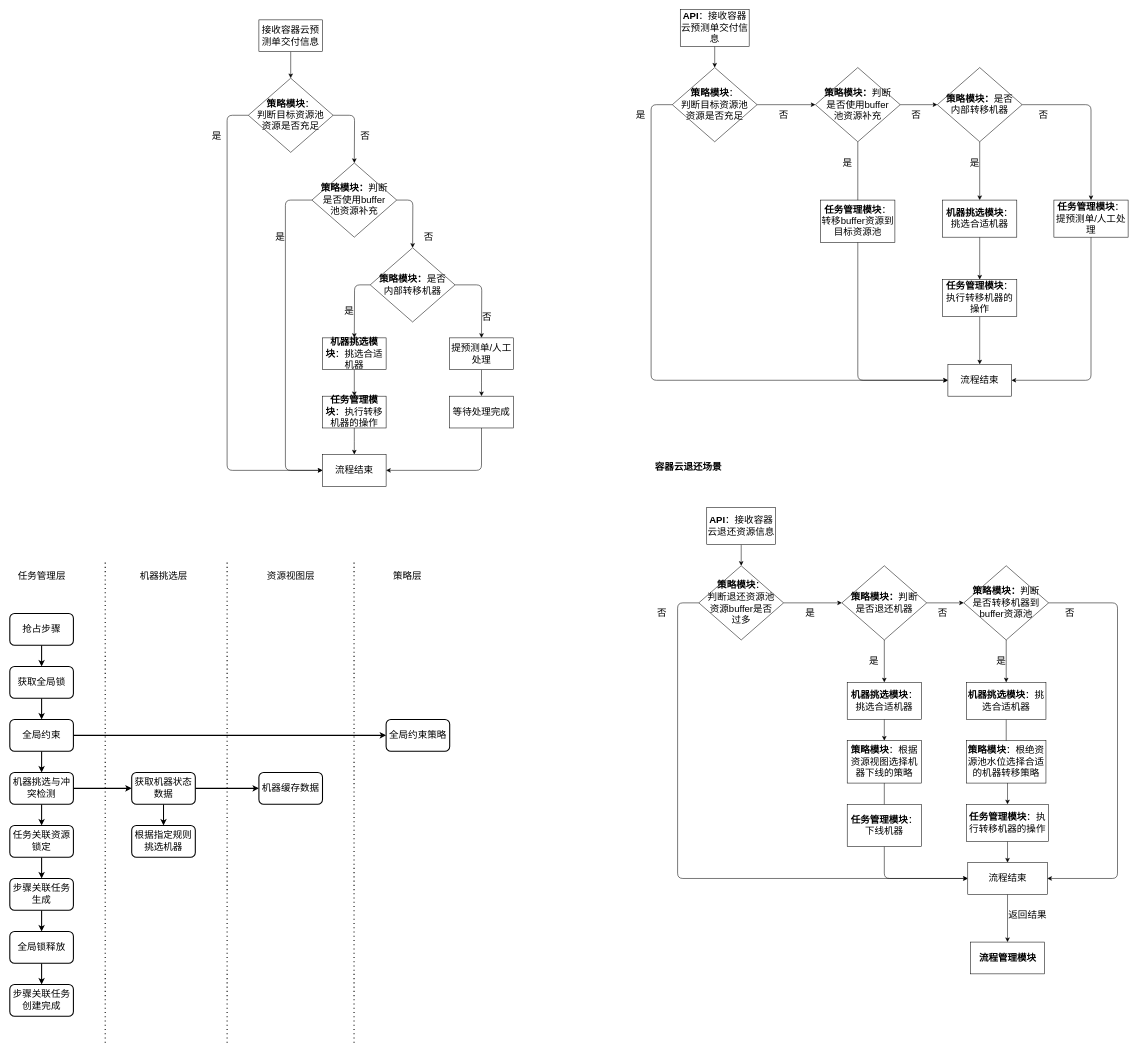
Earlier version of the draw.io diagram page "资源决策模块" (3 of 4) of draw/elastic-resource.drawio (gosoon/gitbook). Source tidied: cells renumbered, new cells numbered last; positions are measured from the earlier drawing's top-left corner, leaving out a move shared by most shapes. Both pictures are drawn from the tidied source at 53%, with x=0, y=0 at pixel (10, 9).
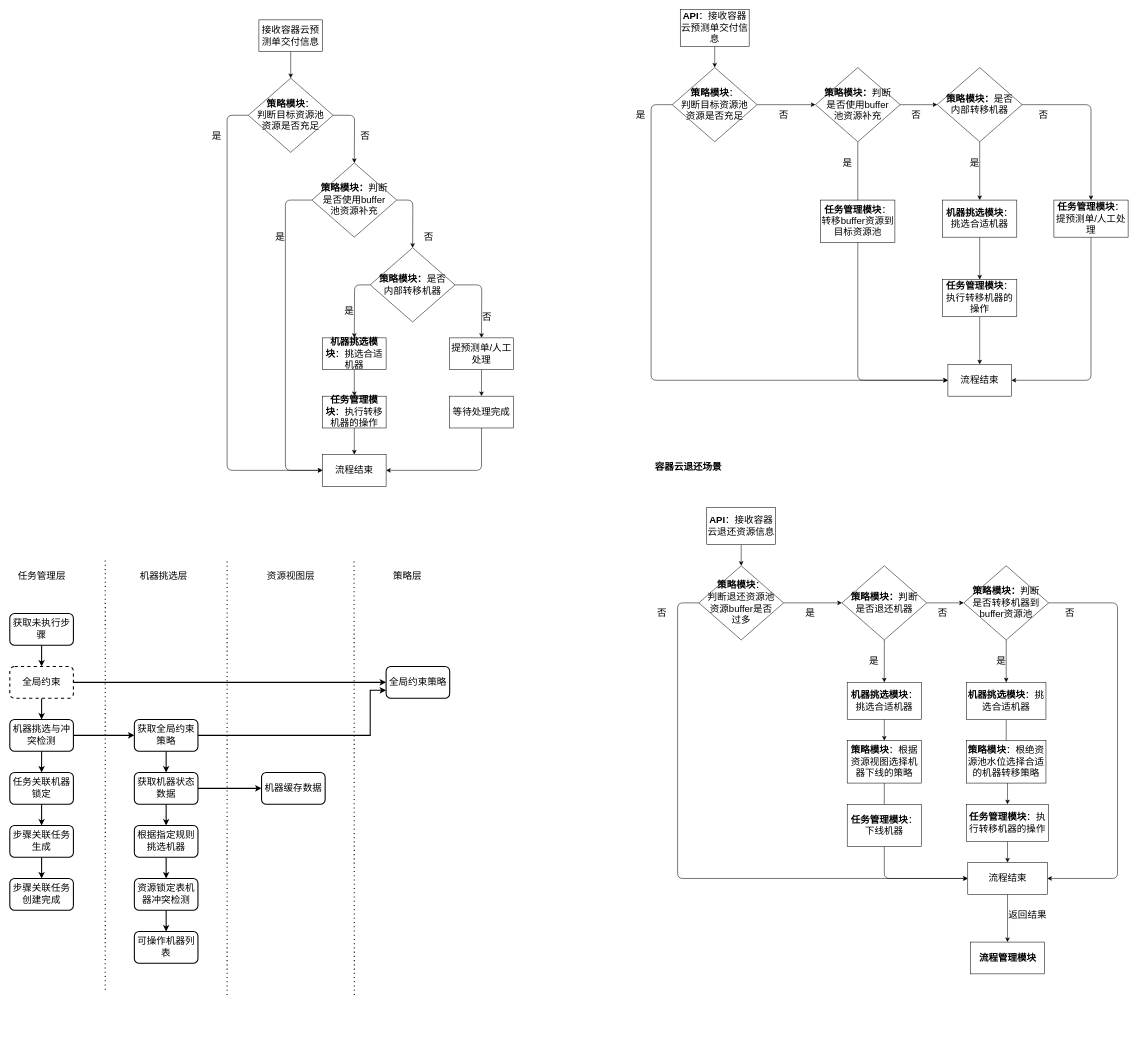
The same diagram, later.

Diff of the diagram source:
```diff
@@
-    <mxCell id="85" style="edgeStyle=orthogonalEdgeStyle;rounded=0;jettySize=auto;html=1;entryX=0.5;entryY=0;entryDx=0;entryDy=0;strokeWidth=2;" parent="1" edge="1" source="86" target="88">
-      <mxGeometry relative="1" as="geometry" />
+    <mxCell id="85" style="edgeStyle=orthogonalEdgeStyle;rounded=0;jettySize=auto;html=1;entryX=0.5;entryY=0;entryDx=0;entryDy=0;strokeWidth=2;" parent="1" edge="1" source="86">
+      <mxGeometry relative="1" as="geometry">
+        <mxPoint x="60" y="1240" as="targetPoint" />
+      </mxGeometry>
     </mxCell>
-    <mxCell id="86" value="&lt;font style=&quot;font-size: 18px;&quot;&gt;抢占步骤&lt;/font&gt;" style="rounded=1;whiteSpace=wrap;html=1;strokeWidth=2;" parent="1" vertex="1">
+    <mxCell id="86" value="&lt;font style=&quot;font-size: 18px;&quot;&gt;获取未执行步骤&lt;/font&gt;" style="rounded=1;whiteSpace=wrap;html=1;strokeWidth=2;" parent="1" vertex="1">
       <mxGeometry y="1140" width="120" height="60" as="geometry" />
     </mxCell>
-    <mxCell id="87" style="edgeStyle=orthogonalEdgeStyle;rounded=0;jettySize=auto;html=1;entryX=0.5;entryY=0;entryDx=0;entryDy=0;strokeWidth=2;" parent="1" edge="1" source="88" target="104">
-      <mxGeometry relative="1" as="geometry" />
-    </mxCell>
-    <mxCell id="88" value="&lt;font style=&quot;font-size: 18px;&quot;&gt;获取全局锁&lt;/font&gt;" style="rounded=1;whiteSpace=wrap;html=1;strokeWidth=2;" parent="1" vertex="1">
-      <mxGeometry y="1240" width="120" height="60" as="geometry" />
-    </mxCell>
@@
-    <mxCell id="90" style="edgeStyle=orthogonalEdgeStyle;rounded=0;jettySize=auto;html=1;strokeWidth=2;entryX=0;entryY=0.5;entryDx=0;entryDy=0;" parent="1" edge="1" source="91" target="109">
+    <mxCell id="90" style="edgeStyle=orthogonalEdgeStyle;rounded=0;jettySize=auto;html=1;strokeWidth=2;entryX=0;entryY=0.5;entryDx=0;entryDy=0;" parent="1" edge="1" source="91" target="118">
       <mxGeometry relative="1" as="geometry" />
     </mxCell>
     <mxCell id="91" value="&lt;font style=&quot;font-size: 18px;&quot;&gt;机器挑选与冲突检测&lt;/font&gt;" style="rounded=1;whiteSpace=wrap;html=1;strokeWidth=2;" parent="1" vertex="1">
-      <mxGeometry y="1440" width="120" height="60" as="geometry" />
+      <mxGeometry y="1340" width="120" height="60" as="geometry" />
     </mxCell>
@@
-    <mxCell id="93" value="&lt;font style=&quot;font-size: 18px;&quot;&gt;任务关联资源锁定&lt;/font&gt;" style="rounded=1;whiteSpace=wrap;html=1;strokeWidth=2;" parent="1" vertex="1">
-      <mxGeometry y="1540" width="120" height="60" as="geometry" />
+    <mxCell id="93" value="&lt;font style=&quot;font-size: 18px;&quot;&gt;任务关联机器锁定&lt;/font&gt;" style="rounded=1;whiteSpace=wrap;html=1;strokeWidth=2;" parent="1" vertex="1">
+      <mxGeometry y="1440" width="120" height="60" as="geometry" />
     </mxCell>
-    <mxCell id="94" style="edgeStyle=orthogonalEdgeStyle;rounded=0;jettySize=auto;html=1;entryX=0.5;entryY=0;entryDx=0;entryDy=0;strokeWidth=2;" parent="1" edge="1" source="95" target="97">
-      <mxGeometry relative="1" as="geometry" />
+    <mxCell id="94" style="edgeStyle=orthogonalEdgeStyle;rounded=0;jettySize=auto;html=1;entryX=0.5;entryY=0;entryDx=0;entryDy=0;strokeWidth=2;" parent="1" edge="1" source="95">
+      <mxGeometry relative="1" as="geometry">
+        <mxPoint x="60" y="1640" as="targetPoint" />
+      </mxGeometry>
     </mxCell>
     <mxCell id="95" value="&lt;font style=&quot;font-size: 18px;&quot;&gt;步骤关联任务生成&lt;/font&gt;" style="rounded=1;whiteSpace=wrap;html=1;strokeWidth=2;" parent="1" vertex="1">
-      <mxGeometry y="1640" width="120" height="60" as="geometry" />
+      <mxGeometry y="1540" width="120" height="60" as="geometry" />
     </mxCell>
-    <mxCell id="96" style="edgeStyle=orthogonalEdgeStyle;rounded=0;jettySize=auto;html=1;strokeWidth=2;" parent="1" edge="1" source="97">
-      <mxGeometry relative="1" as="geometry">
-        <mxPoint x="60" y="1840" as="targetPoint" />
-      </mxGeometry>
-    </mxCell>
-    <mxCell id="97" value="&lt;font style=&quot;font-size: 18px;&quot;&gt;全局锁释放&lt;/font&gt;" style="rounded=1;whiteSpace=wrap;html=1;strokeWidth=2;" parent="1" vertex="1">
-      <mxGeometry y="1740" width="120" height="60" as="geometry" />
-    </mxCell>
     <mxCell id="98" value="&lt;font style=&quot;font-size: 18px;&quot;&gt;步骤关联任务创建完成&lt;/font&gt;" style="rounded=1;whiteSpace=wrap;html=1;strokeWidth=2;" parent="1" vertex="1">
-      <mxGeometry y="1840" width="120" height="60" as="geometry" />
+      <mxGeometry y="1640" width="120" height="60" as="geometry" />
     </mxCell>
@@
-    <mxCell id="104" value="&lt;font style=&quot;font-size: 18px;&quot;&gt;全局约束&lt;/font&gt;" style="rounded=1;whiteSpace=wrap;html=1;strokeWidth=2;" parent="1" vertex="1">
-      <mxGeometry y="1340" width="120" height="60" as="geometry" />
+    <mxCell id="104" value="&lt;font style=&quot;font-size: 18px;&quot;&gt;全局约束&lt;/font&gt;" style="rounded=1;whiteSpace=wrap;html=1;strokeWidth=2;dashed=1;" parent="1" vertex="1">
+      <mxGeometry y="1240" width="120" height="60" as="geometry" />
     </mxCell>
+    <mxCell id="115" style="edgeStyle=orthogonalEdgeStyle;rounded=0;jettySize=auto;html=1;strokeWidth=2;" parent="1" edge="1" source="105">
+      <mxGeometry relative="1" as="geometry">
+        <mxPoint x="295" y="1640" as="targetPoint" />
+      </mxGeometry>
+    </mxCell>
     <mxCell id="105" value="&lt;font style=&quot;font-size: 18px;&quot;&gt;根据指定规则挑选机器&lt;/font&gt;" style="rounded=1;whiteSpace=wrap;html=1;strokeWidth=2;" parent="1" vertex="1">
-      <mxGeometry x="230" y="1540" width="120" height="60" as="geometry" />
+      <mxGeometry x="235" y="1540" width="120" height="60" as="geometry" />
     </mxCell>
     <mxCell id="106" value="&lt;font style=&quot;font-size: 18px;&quot;&gt;机器缓存数据&lt;/font&gt;" style="rounded=1;whiteSpace=wrap;html=1;strokeWidth=2;" parent="1" vertex="1">
-      <mxGeometry x="470" y="1440" width="120" height="60" as="geometry" />
+      <mxGeometry x="475" y="1440" width="120" height="60" as="geometry" />
     </mxCell>
@@
     <mxCell id="109" value="&lt;font style=&quot;font-size: 18px;&quot;&gt;获取机器状态数据&lt;/font&gt;" style="rounded=1;whiteSpace=wrap;html=1;strokeWidth=2;" parent="1" vertex="1">
-      <mxGeometry x="230" y="1440" width="120" height="60" as="geometry" />
+      <mxGeometry x="235" y="1440" width="120" height="60" as="geometry" />
     </mxCell>
     <mxCell id="110" style="endArrow=none;dashed=1;html=1;dashPattern=1 3;strokeWidth=2;rounded=0;" parent="1" edge="1">
       <mxGeometry relative="1" as="geometry">
-        <mxPoint x="180" y="1950" as="sourcePoint" />
+        <mxPoint x="180" y="1850" as="sourcePoint" />
         <mxPoint x="180" y="1040" as="targetPoint" />
       </mxGeometry>
     </mxCell>
     <mxCell id="111" style="endArrow=none;dashed=1;html=1;dashPattern=1 3;strokeWidth=2;rounded=0;" parent="1" edge="1">
       <mxGeometry relative="1" as="geometry">
-        <mxPoint x="410" y="1950" as="sourcePoint" />
+        <mxPoint x="410" y="1860" as="sourcePoint" />
         <mxPoint x="410" y="1040" as="targetPoint" />
       </mxGeometry>
     </mxCell>
@@
     <mxCell id="113" value="&lt;font style=&quot;font-size: 18px;&quot;&gt;全局约束策略&lt;/font&gt;" style="rounded=1;whiteSpace=wrap;html=1;strokeWidth=2;" parent="1" vertex="1">
-      <mxGeometry x="710" y="1340" width="120" height="60" as="geometry" />
+      <mxGeometry x="710" y="1240" width="120" height="60" as="geometry" />
     </mxCell>
     <mxCell id="114" style="endArrow=none;dashed=1;html=1;dashPattern=1 3;strokeWidth=2;rounded=0;" parent="1" edge="1">
       <mxGeometry relative="1" as="geometry">
-        <mxPoint x="649.5" y="1950" as="sourcePoint" />
+        <mxPoint x="650" y="1860" as="sourcePoint" />
         <mxPoint x="649.5" y="1040" as="targetPoint" />
       </mxGeometry>
     </mxCell>
+    <mxCell id="116" style="edgeStyle=orthogonalEdgeStyle;rounded=0;jettySize=auto;html=1;entryX=0;entryY=0.75;entryDx=0;entryDy=0;strokeWidth=2;" parent="1" edge="1" source="118" target="113">
+      <mxGeometry relative="1" as="geometry">
+        <Array as="points">
+          <mxPoint x="680" y="1370" />
+          <mxPoint x="680" y="1285" />
+        </Array>
+      </mxGeometry>
+    </mxCell>
+    <mxCell id="117" style="edgeStyle=orthogonalEdgeStyle;rounded=0;jettySize=auto;html=1;entryX=0.5;entryY=0;entryDx=0;entryDy=0;strokeWidth=2;" parent="1" edge="1" source="118" target="109">
+      <mxGeometry relative="1" as="geometry" />
+    </mxCell>
+    <mxCell id="118" value="&lt;font style=&quot;font-size: 18px;&quot;&gt;获取全局约束策略&lt;/font&gt;" style="rounded=1;whiteSpace=wrap;html=1;strokeWidth=2;" parent="1" vertex="1">
+      <mxGeometry x="235" y="1340" width="120" height="60" as="geometry" />
+    </mxCell>
+    <mxCell id="119" style="edgeStyle=orthogonalEdgeStyle;rounded=0;jettySize=auto;html=1;entryX=0.5;entryY=0;entryDx=0;entryDy=0;strokeWidth=2;" parent="1" edge="1" source="120" target="121">
+      <mxGeometry relative="1" as="geometry" />
+    </mxCell>
+    <mxCell id="120" value="&lt;span style=&quot;font-size: 18px;&quot;&gt;资源锁定表机器冲突检测&lt;/span&gt;" style="rounded=1;whiteSpace=wrap;html=1;strokeWidth=2;" parent="1" vertex="1">
+      <mxGeometry x="235" y="1640" width="120" height="60" as="geometry" />
+    </mxCell>
+    <mxCell id="121" value="&lt;span style=&quot;font-size: 18px;&quot;&gt;可操作机器列表&lt;/span&gt;" style="rounded=1;whiteSpace=wrap;html=1;strokeWidth=2;" parent="1" vertex="1">
+      <mxGeometry x="235" y="1740" width="120" height="60" as="geometry" />
+    </mxCell>
```
